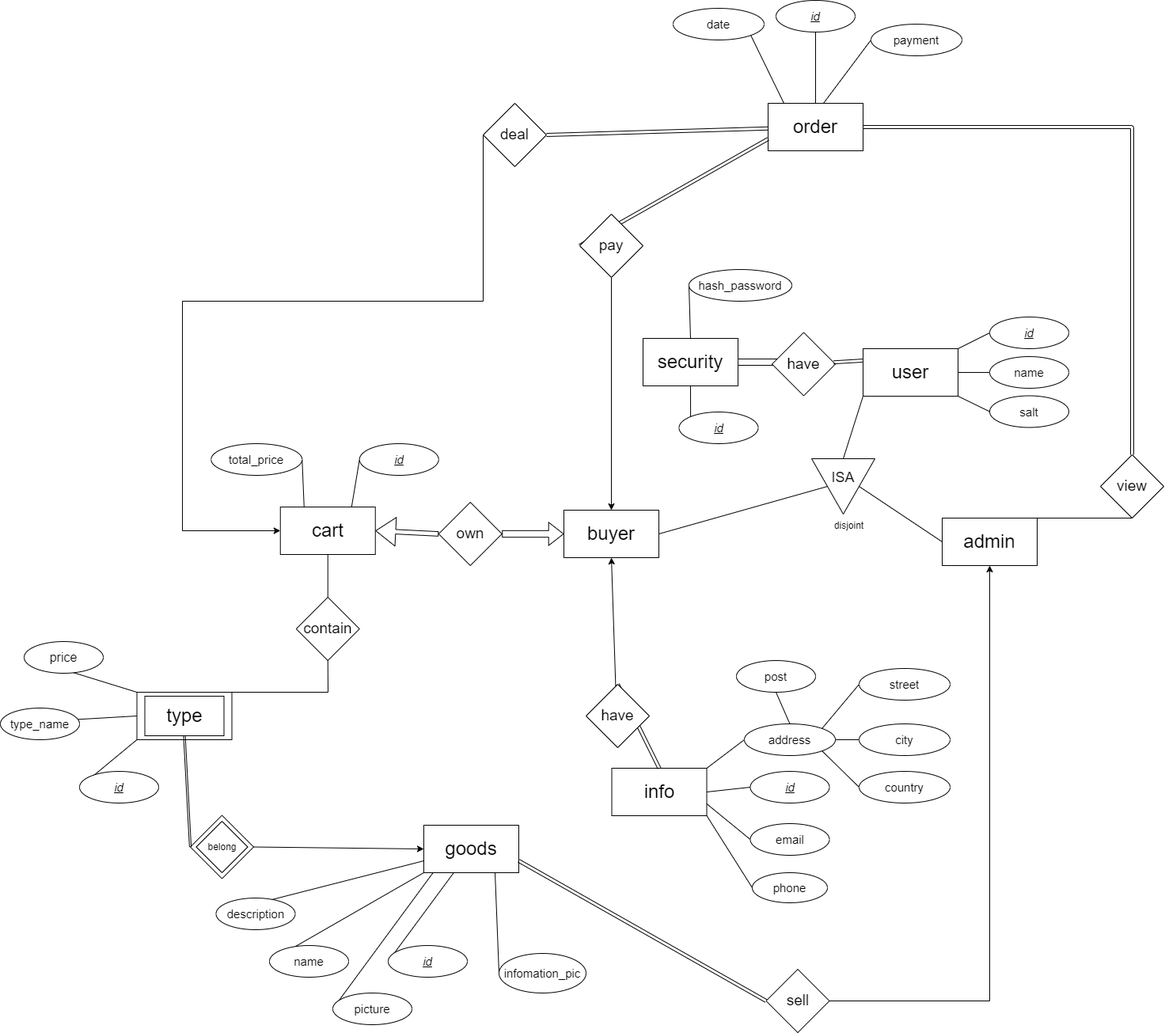
The draw.io diagram design/ER1.png in open17/DBMS, before a commit. Source tidied: cells renumbered, new cells last; positions are measured from the earlier drawing's top-left corner, leaving out a move shared by most shapes.
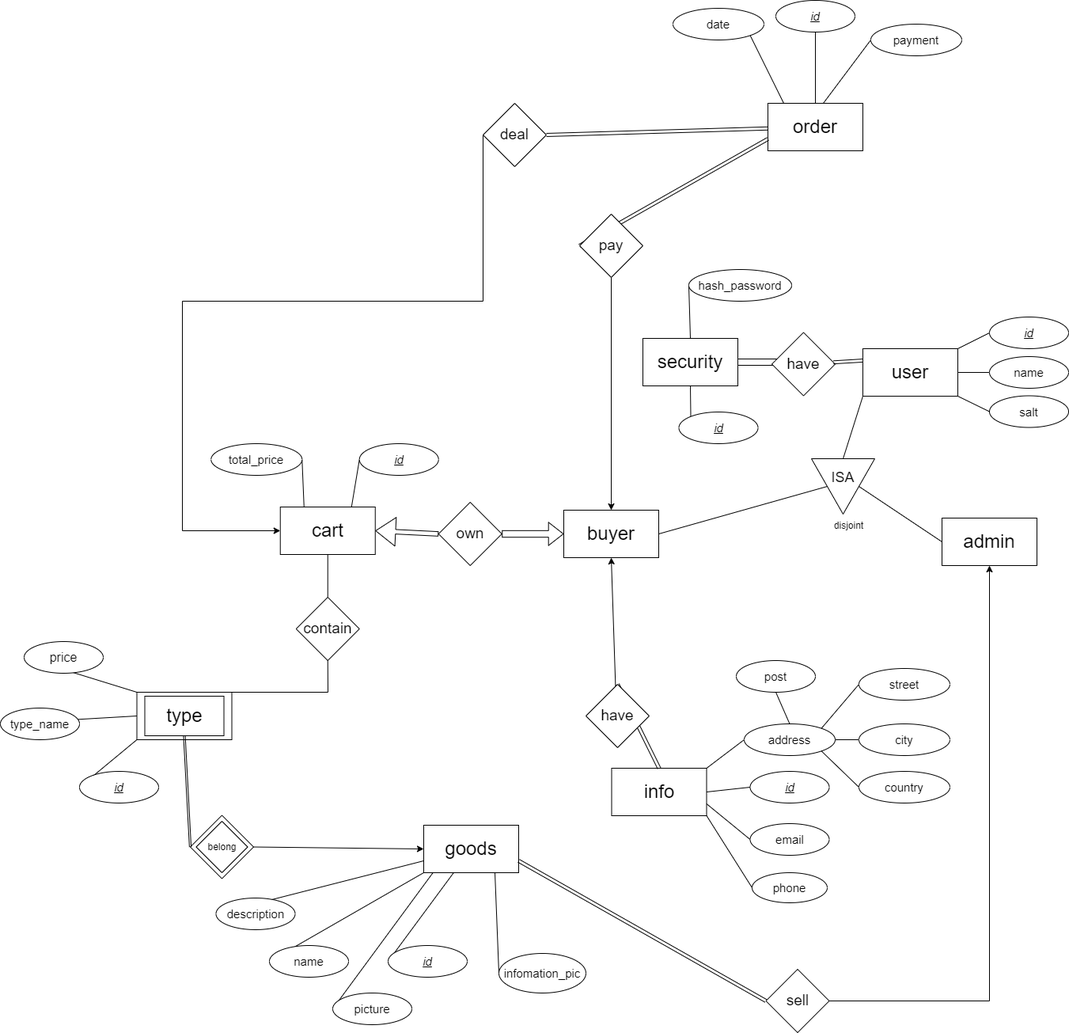
After the change.

The edit, as a diff of the source:
```diff
@@ -216,12 +216,6 @@
     <mxCell id="65" value="&lt;font style=&quot;font-size: 19px;&quot;&gt;pay&lt;br&gt;&lt;/font&gt;" style="rhombus;whiteSpace=wrap;html=1;" parent="1" vertex="1">
       <mxGeometry x="732" y="270" width="80" height="80" as="geometry" />
     </mxCell>
-    <mxCell id="66" style="edgeStyle=none;rounded=0;jettySize=auto;html=1;exitX=0.5;exitY=1;exitDx=0;exitDy=0;entryX=1;entryY=0;entryDx=0;entryDy=0;endArrow=none;endFill=0;" parent="1" edge="1" source="67" target="48">
-      <mxGeometry relative="1" as="geometry" />
-    </mxCell>
-    <mxCell id="67" value="&lt;span style=&quot;font-size: 19px;&quot;&gt;view&lt;/span&gt;" style="rhombus;whiteSpace=wrap;html=1;" parent="1" vertex="1">
-      <mxGeometry x="1390" y="574" width="80" height="80" as="geometry" />
-    </mxCell>
     <mxCell id="68" value="disjoint" style="text;html=1;strokeColor=none;fillColor=none;align=center;verticalAlign=middle;whiteSpace=wrap;rounded=0;" parent="1" vertex="1">
       <mxGeometry x="1035" y="649" width="75" height="30" as="geometry" />
     </mxCell>
@@ -316,13 +310,6 @@
     <mxCell id="97" style="edgeStyle=none;rounded=0;jettySize=auto;html=1;exitX=1;exitY=0.5;exitDx=0;exitDy=0;shape=link;" parent="1" edge="1" source="61" target="7">
       <mxGeometry relative="1" as="geometry" />
     </mxCell>
-    <mxCell id="98" style="endArrow=none;html=1;shape=link;exitX=0.5;exitY=0;exitDx=0;exitDy=0;entryX=1;entryY=0.5;entryDx=0;entryDy=0;" parent="1" edge="1" source="67" target="7">
-      <mxGeometry relative="1" as="geometry">
-        <Array as="points">
-          <mxPoint x="1430" y="160" />
-        </Array>
-      </mxGeometry>
-    </mxCell>
     <mxCell id="99" style="shape=flexArrow;endArrow=classic;html=1;width=5.714285714285714;endSize=8.066666666666666;exitX=0;exitY=0.5;exitDx=0;exitDy=0;endWidth=29.523809523809522;entryX=1;entryY=0.5;entryDx=0;entryDy=0;" parent="1" edge="1" source="46" target="62">
       <mxGeometry relative="1" as="geometry" />
     </mxCell>
```
